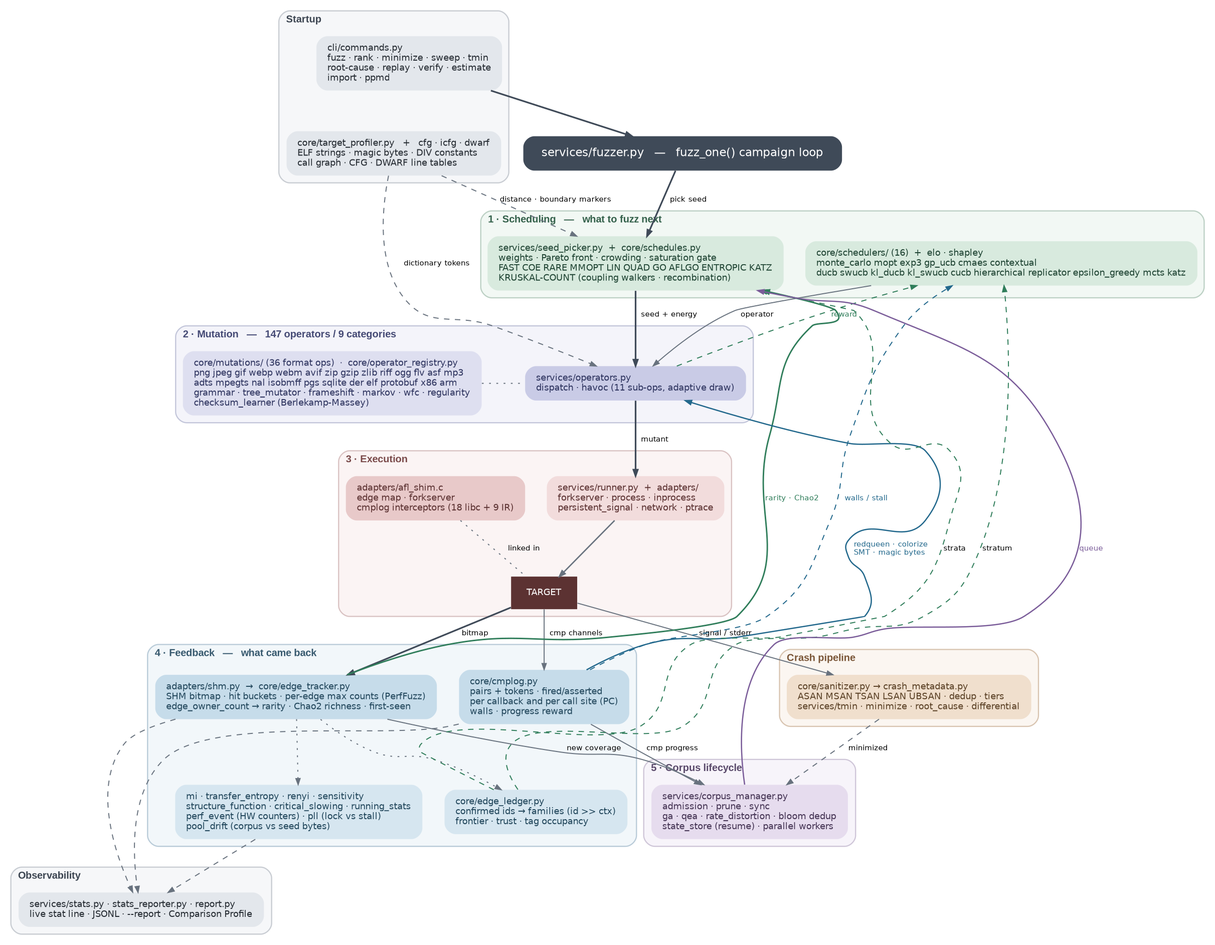
This is docs/images/architecture.png from daedalus/fuzzer, a Graphviz export, as it was before one commit. Its source is kept beside it as docs/architecture.dot.
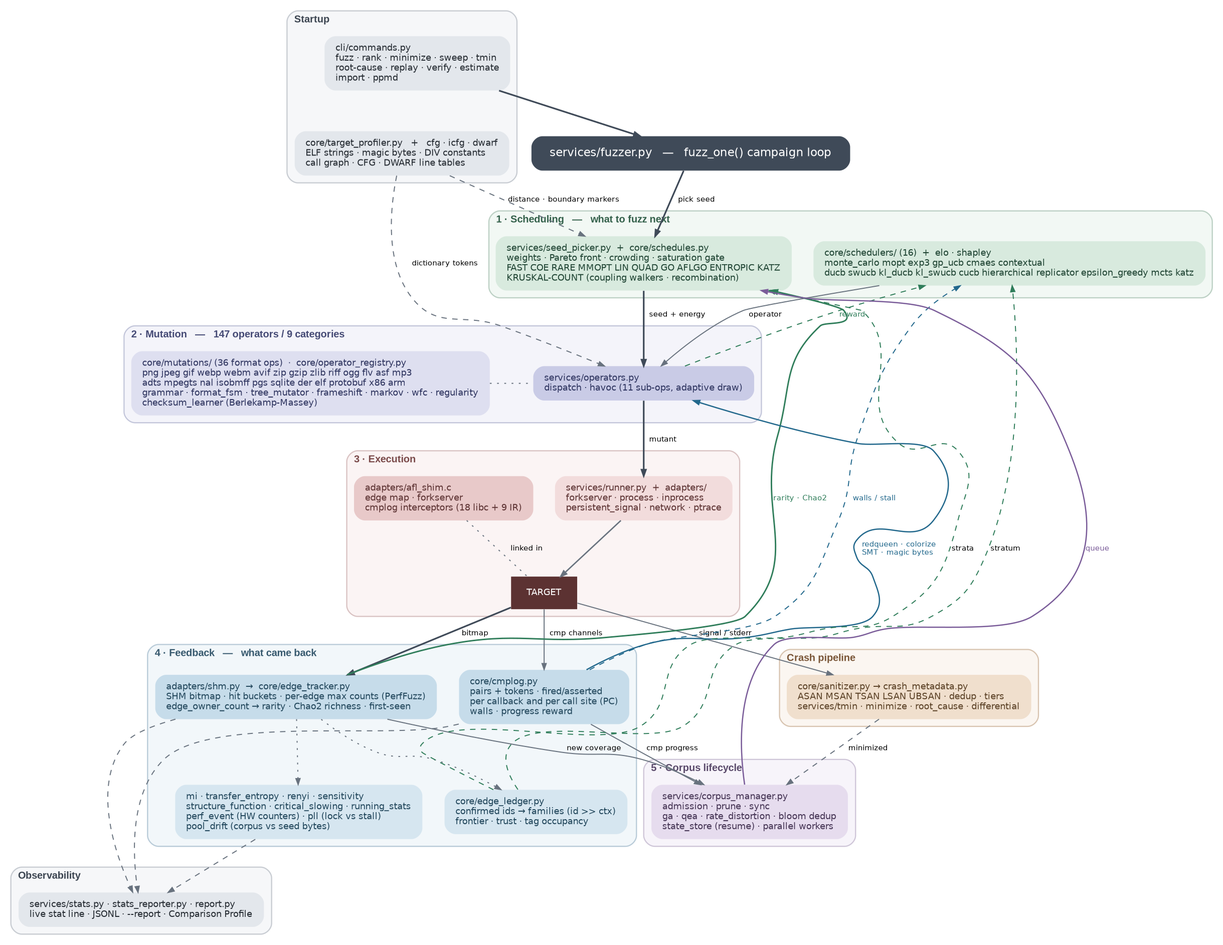
After the change.

What changed in the source:
```diff
@@ -42,7 +42,7 @@
         color="#c3c6da"; fillcolor="#f4f4fa"; fontcolor="#454a75";
         ops [label="services/operators.py\ldispatch · havoc (11 sub-ops, adaptive draw)\l",
              fillcolor="#c9cbe6", fontcolor="#2f3560"];
-        lib [label="core/mutations/ (36 format ops)  ·  core/operator_registry.py\lpng jpeg gif webp webm avif zip gzip zlib riff ogg flv asf mp3\ladts mpegts nal isobmff pgs sqlite der elf protobuf x86 arm\lgrammar · tree_mutator · frameshift · markov · wfc · regularity\lchecksum_learner (Berlekamp-Massey)\l",
+        lib [label="core/mutations/ (36 format ops)  ·  core/operator_registry.py\lpng jpeg gif webp webm avif zip gzip zlib riff ogg flv asf mp3\ladts mpegts nal isobmff pgs sqlite der elf protobuf x86 arm\lgrammar · format_fsm · tree_mutator · frameshift · markov · wfc · regularity\lchecksum_learner (Berlekamp-Massey)\l",
              fillcolor="#dedff0", fontcolor="#2f3560"];
     }
 
```
